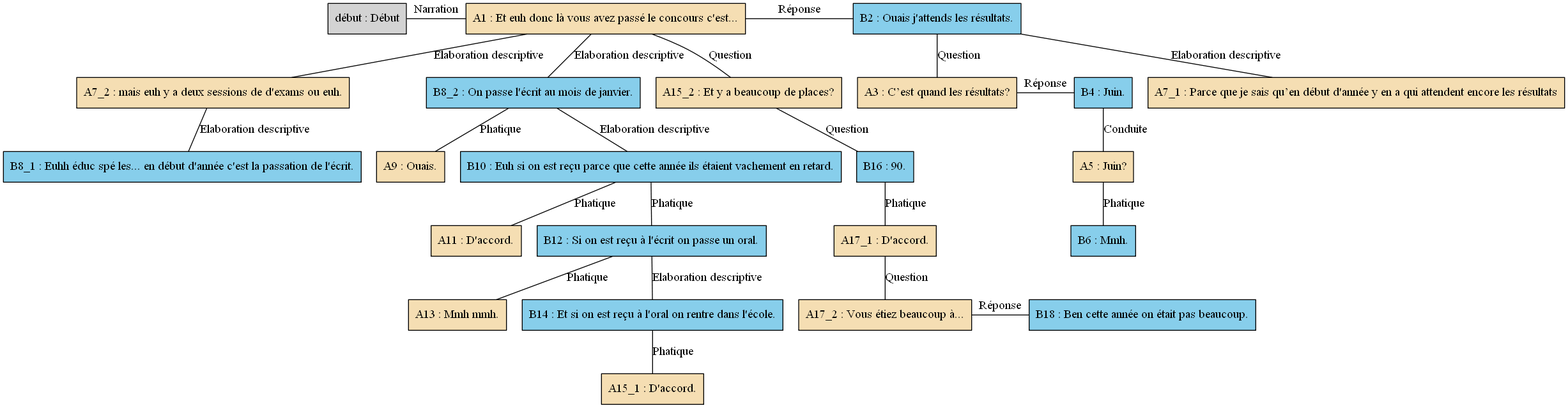
This is arbres/Concours/Concours_-_C03.gv.png from AlaixComet/AnnotationSlamPTut, a Graphviz export, as it was before one commit. Its source is kept beside it as arbres/Concours/Concours_-_C03.gv. Source of this version:
```dot
digraph C03 {
	node [shape=box style=filled]
	"début" [label="début : Début"]
	A1 [label="A1 : Et euh donc là vous avez passé le concours c'est..." fillcolor=wheat]
	B2 [label="B2 : Ouais j'attends les résultats." fillcolor=skyblue]
	A3 [label="A3 : C’est quand les résultats?" fillcolor=wheat]
	B4 [label="B4 : Juin." fillcolor=skyblue]
	A5 [label="A5 : Juin?" fillcolor=wheat]
	B6 [label="B6 : Mmh." fillcolor=skyblue]
	A7_1 [label="A7_1 : Parce que je sais qu’en début d'année y en a qui attendent encore les résultats" fillcolor=wheat]
	A7_2 [label="A7_2 : mais euh y a deux sessions de d'exams ou euh." fillcolor=wheat]
	B8_1 [label="B8_1 : Euhh éduc spé les... en début d'année c'est la passation de l'écrit." fillcolor=skyblue]
	B8_2 [label="B8_2 : On passe l'écrit au mois de janvier." fillcolor=skyblue]
	A9 [label="A9 : Ouais." fillcolor=wheat]
	B10 [label="B10 : Euh si on est reçu parce que cette année ils étaient vachement en retard." fillcolor=skyblue]
	A11 [label="A11 : D'accord." fillcolor=wheat]
	B12 [label="B12 : Si on est reçu à l'écrit on passe un oral." fillcolor=skyblue]
	A13 [label="A13 : Mmh mmh." fillcolor=wheat]
	B14 [label="B14 : Et si on est reçu à l'oral on rentre dans l'école." fillcolor=skyblue]
	A15_1 [label="A15_1 : D'accord." fillcolor=wheat]
	A15_2 [label="A15_2 : Et y a beaucoup de places?" fillcolor=wheat]
	B16 [label="B16 : 90." fillcolor=skyblue]
	A17_1 [label="A17_1 : D'accord." fillcolor=wheat]
	A17_2 [label="A17_2 : Vous étiez beaucoup à..." fillcolor=wheat]
	B18 [label="B18 : Ben cette année on était pas beaucoup." fillcolor=skyblue]
	{
		rank=same
		"début"
		A1
		"début" -> A1 [label=Narration dir=none]
	}
	{
		rank=same
		A1
		B2
		A1 -> B2 [label="Réponse" dir=none]
	}
	B2 -> A3 [label=Question dir=none]
	{
		rank=same
		A3
		B4
		A3 -> B4 [label="Réponse" dir=none]
	}
	B4 -> A5 [label=Conduite dir=none]
	A5 -> B6 [label=Phatique dir=none]
	B2 -> A7_1 [label="Elaboration descriptive" dir=none]
	A1 -> A7_2 [label="Elaboration descriptive" dir=none]
	A7_2 -> B8_1 [label="Elaboration descriptive" dir=none]
	A1 -> B8_2 [label="Elaboration descriptive" dir=none]
	B8_2 -> A9 [label=Phatique dir=none]
	B8_2 -> B10 [label="Elaboration descriptive" dir=none]
	B10 -> A11 [label=Phatique dir=none]
	B10 -> B12 [label=Phatique dir=none]
	B12 -> A13 [label=Phatique dir=none]
	B12 -> B14 [label="Elaboration descriptive" dir=none]
	B14 -> A15_1 [label=Phatique dir=none]
	A1 -> A15_2 [label=Question dir=none]
	A15_2 -> B16 [label=Question dir=none]
	B16 -> A17_1 [label=Phatique dir=none]
	A17_1 -> A17_2 [label=Question dir=none]
	{
		rank=same
		A17_2
		B18
		A17_2 -> B18 [label="Réponse" dir=none]
	}
}
```
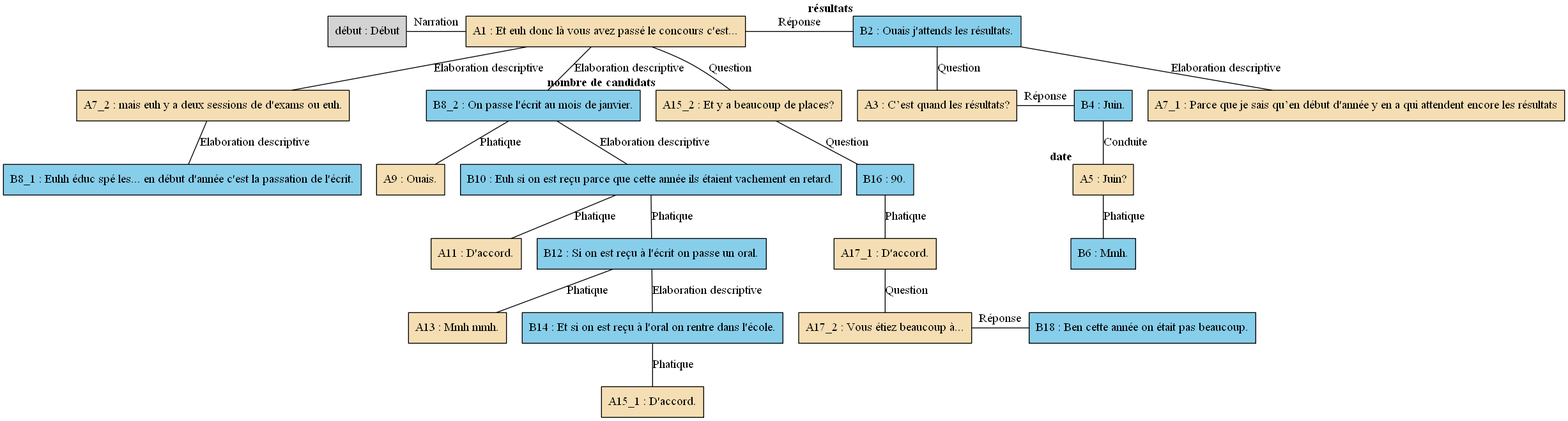
Later version of the same file.

The edit, as a diff of the source:
```diff
@@ -1,28 +1,28 @@
 digraph C03 {
 	node [shape=box style=filled]
-	"début" [label="début : Début"]
-	A1 [label="A1 : Et euh donc là vous avez passé le concours c'est..." fillcolor=wheat]
-	B2 [label="B2 : Ouais j'attends les résultats." fillcolor=skyblue]
-	A3 [label="A3 : C’est quand les résultats?" fillcolor=wheat]
-	B4 [label="B4 : Juin." fillcolor=skyblue]
-	A5 [label="A5 : Juin?" fillcolor=wheat]
-	B6 [label="B6 : Mmh." fillcolor=skyblue]
-	A7_1 [label="A7_1 : Parce que je sais qu’en début d'année y en a qui attendent encore les résultats" fillcolor=wheat]
-	A7_2 [label="A7_2 : mais euh y a deux sessions de d'exams ou euh." fillcolor=wheat]
-	B8_1 [label="B8_1 : Euhh éduc spé les... en début d'année c'est la passation de l'écrit." fillcolor=skyblue]
-	B8_2 [label="B8_2 : On passe l'écrit au mois de janvier." fillcolor=skyblue]
-	A9 [label="A9 : Ouais." fillcolor=wheat]
-	B10 [label="B10 : Euh si on est reçu parce que cette année ils étaient vachement en retard." fillcolor=skyblue]
-	A11 [label="A11 : D'accord." fillcolor=wheat]
-	B12 [label="B12 : Si on est reçu à l'écrit on passe un oral." fillcolor=skyblue]
-	A13 [label="A13 : Mmh mmh." fillcolor=wheat]
-	B14 [label="B14 : Et si on est reçu à l'oral on rentre dans l'école." fillcolor=skyblue]
-	A15_1 [label="A15_1 : D'accord." fillcolor=wheat]
-	A15_2 [label="A15_2 : Et y a beaucoup de places?" fillcolor=wheat]
-	B16 [label="B16 : 90." fillcolor=skyblue]
-	A17_1 [label="A17_1 : D'accord." fillcolor=wheat]
-	A17_2 [label="A17_2 : Vous étiez beaucoup à..." fillcolor=wheat]
-	B18 [label="B18 : Ben cette année on était pas beaucoup." fillcolor=skyblue]
+	"début" [label="début : Début" xlabel=""]
+	A1 [label="A1 : Et euh donc là vous avez passé le concours c'est..." fillcolor=wheat xlabel=""]
+	B2 [label="B2 : Ouais j'attends les résultats." fillcolor=skyblue xlabel=<<B>résultats</B>>]
+	A3 [label="A3 : C’est quand les résultats?" fillcolor=wheat xlabel=""]
+	B4 [label="B4 : Juin." fillcolor=skyblue xlabel=""]
+	A5 [label="A5 : Juin?" fillcolor=wheat xlabel=<<B>date</B>>]
+	B6 [label="B6 : Mmh." fillcolor=skyblue xlabel=""]
+	A7_1 [label="A7_1 : Parce que je sais qu’en début d'année y en a qui attendent encore les résultats" fillcolor=wheat xlabel=""]
+	A7_2 [label="A7_2 : mais euh y a deux sessions de d'exams ou euh." fillcolor=wheat xlabel=""]
+	B8_1 [label="B8_1 : Euhh éduc spé les... en début d'année c'est la passation de l'écrit." fillcolor=skyblue xlabel=""]
+	B8_2 [label="B8_2 : On passe l'écrit au mois de janvier." fillcolor=skyblue xlabel=""]
+	A9 [label="A9 : Ouais." fillcolor=wheat xlabel=""]
+	B10 [label="B10 : Euh si on est reçu parce que cette année ils étaient vachement en retard." fillcolor=skyblue xlabel=""]
+	A11 [label="A11 : D'accord." fillcolor=wheat xlabel=""]
+	B12 [label="B12 : Si on est reçu à l'écrit on passe un oral." fillcolor=skyblue xlabel=""]
+	A13 [label="A13 : Mmh mmh." fillcolor=wheat xlabel=""]
+	B14 [label="B14 : Et si on est reçu à l'oral on rentre dans l'école." fillcolor=skyblue xlabel=""]
+	A15_1 [label="A15_1 : D'accord." fillcolor=wheat xlabel=""]
+	A15_2 [label="A15_2 : Et y a beaucoup de places?" fillcolor=wheat xlabel=<<B>nombre de candidats</B>>]
+	B16 [label="B16 : 90." fillcolor=skyblue xlabel=""]
+	A17_1 [label="A17_1 : D'accord." fillcolor=wheat xlabel=""]
+	A17_2 [label="A17_2 : Vous étiez beaucoup à..." fillcolor=wheat xlabel=""]
+	B18 [label="B18 : Ben cette année on était pas beaucoup." fillcolor=skyblue xlabel=""]
 	{
 		rank=same
 		"début"
```
